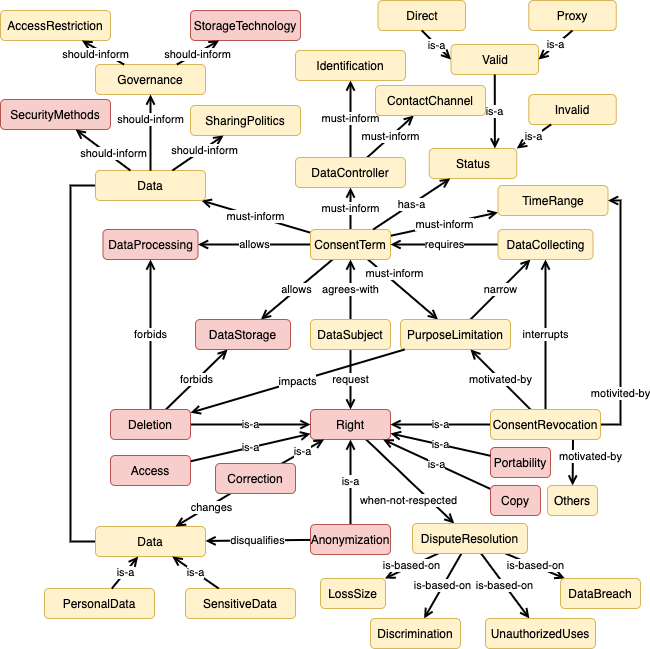
Earlier version of the draw.io export img/InconsistentBehaviorImpact.png (phalves/GoDReP). Source tidied: cells renumbered, new cells last; positions are measured from the earlier drawing's top-left corner, leaving out a move shared by most shapes.
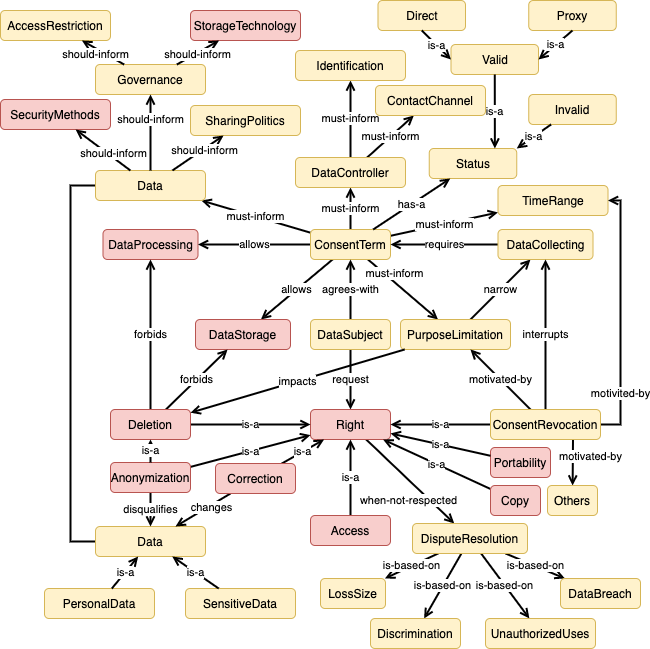
After the commit.

The edit, as a diff of the source:
```diff
@@ -121,7 +121,7 @@
       <mxGeometry relative="1" as="geometry" />
     </mxCell>
     <mxCell id="38" value="Anonymization" style="rounded=1;whiteSpace=wrap;html=1;fillColor=#f8cecc;strokeColor=#b85450;" parent="1" vertex="1">
-      <mxGeometry x="310" y="524" width="80" height="30" as="geometry" />
+      <mxGeometry x="110" y="462" width="80" height="30" as="geometry" />
     </mxCell>
     <mxCell id="39" value="is-a" style="edgeStyle=none;rounded=0;jettySize=auto;html=1;endArrow=open;endFill=0;strokeWidth=2;" parent="1" edge="1" source="41" target="26">
       <mxGeometry relative="1" as="geometry" />
@@ -178,7 +178,7 @@
       <mxGeometry relative="1" as="geometry" />
     </mxCell>
     <mxCell id="57" value="Access" style="rounded=1;whiteSpace=wrap;html=1;fillColor=#f8cecc;strokeColor=#b85450;" parent="1" vertex="1">
-      <mxGeometry x="110" y="455" width="80" height="30" as="geometry" />
+      <mxGeometry x="310" y="515" width="80" height="30" as="geometry" />
     </mxCell>
     <mxCell id="58" value="is-a" style="edgeStyle=none;rounded=0;jettySize=auto;html=1;endArrow=open;endFill=0;strokeWidth=2;" parent="1" edge="1" source="59" target="26">
       <mxGeometry relative="1" as="geometry" />
@@ -270,5 +270,8 @@
     <mxCell id="87" value="is-a" style="edgeStyle=none;rounded=0;jettySize=auto;html=1;endArrow=open;endFill=0;strokeWidth=2;exitX=0.5;exitY=1;exitDx=0;exitDy=0;entryX=1;entryY=0.5;entryDx=0;entryDy=0;" parent="1" edge="1" source="85" target="80">
       <mxGeometry relative="1" as="geometry" />
     </mxCell>
+    <mxCell id="88" value="is-a" style="edgeStyle=none;rounded=0;jettySize=auto;html=1;endArrow=open;endFill=0;strokeWidth=2;" parent="1" edge="1" source="38" target="45">
+      <mxGeometry relative="1" as="geometry" />
+    </mxCell>
   </root>
 </mxGraphModel>
```
